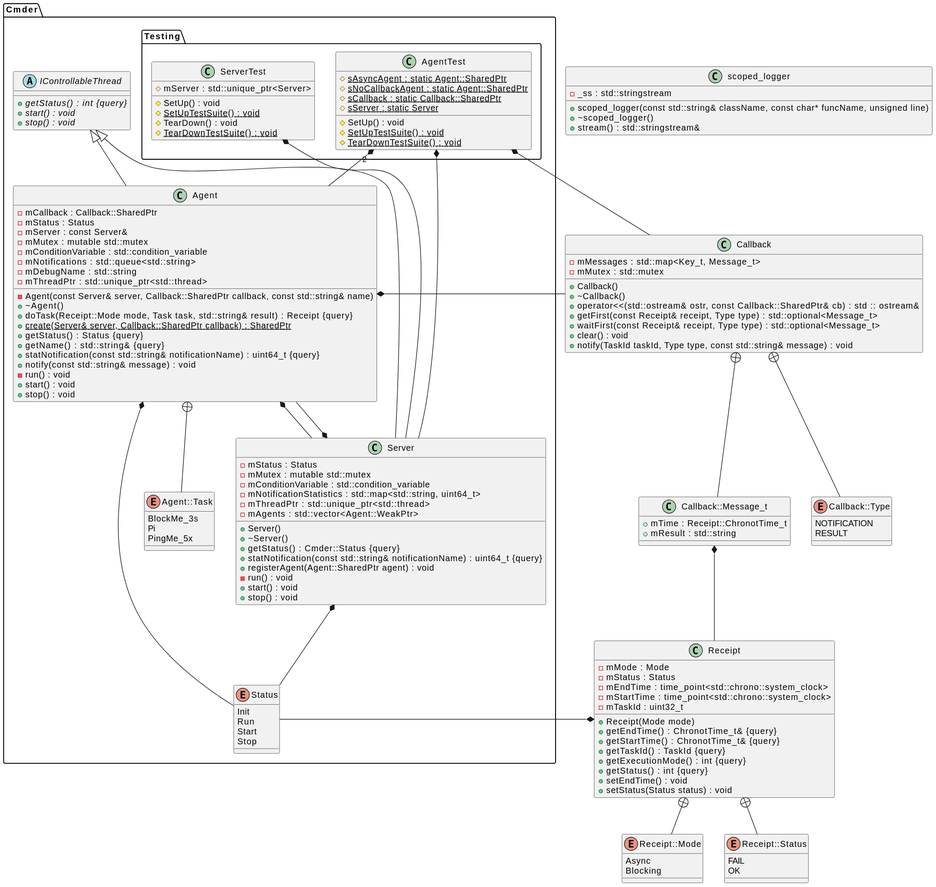
Before: diagrams/classdiagram.svg, a diagram exported from PlantUML (h6wk/Cmder).
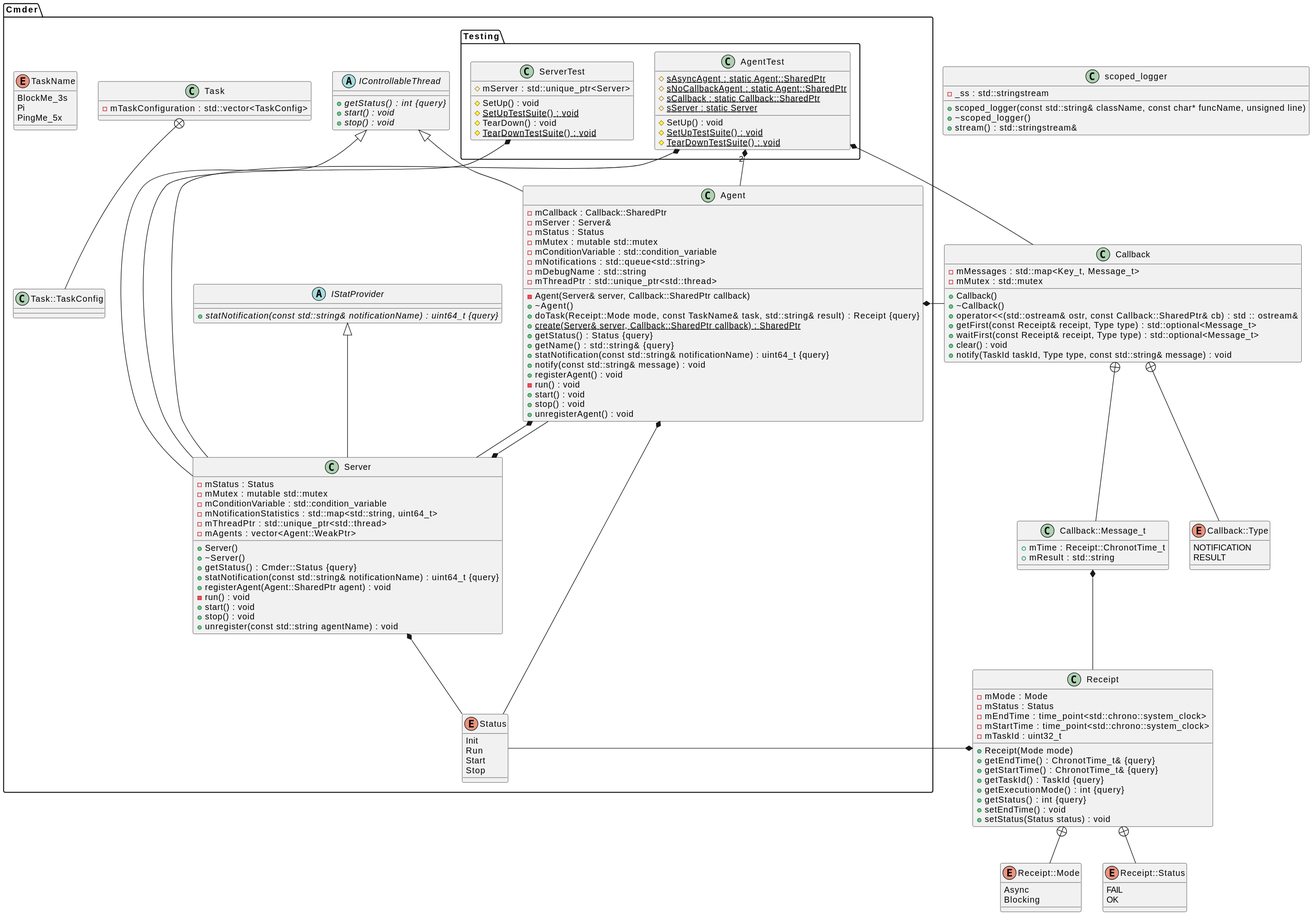
Above is the later version.

The edit, as a diff of the source:
```diff
@@ -69,14 +69,14 @@
 
 namespace Cmder {
     class Agent {
-        -Agent(const Server& server, Callback::SharedPtr callback, const std::string& name)
+        -Agent(Server& server, Callback::SharedPtr callback)
         +~Agent()
         -mCallback : Callback::SharedPtr
-        +doTask(Receipt::Mode mode, Task task, std::string& result) : Receipt {query}
+        +doTask(Receipt::Mode mode, const TaskName& task, std::string& result) : Receipt {query}
+        -mServer : Server&
         +{static} create(Server& server, Callback::SharedPtr callback) : SharedPtr
         +getStatus() : Status {query}
         -mStatus : Status
-        -mServer : const Server&
         -mMutex : mutable std::mutex
         -mConditionVariable : std::condition_variable
         -mNotifications : std::queue<std::string>
@@ -85,15 +85,21 @@
         -mThreadPtr : std::unique_ptr<std::thread>
         +statNotification(const std::string& notificationName) : uint64_t {query}
         +notify(const std::string& message) : void
+        +registerAgent() : void
         -run() : void
         +start() : void
         +stop() : void
+        +unregisterAgent() : void
     }
 
     abstract class IControllableThread {
         +{abstract} getStatus() : int {query}
         +{abstract} start() : void
         +{abstract} stop() : void
+    }
+
+    abstract class IStatProvider {
+        +{abstract} statNotification(const std::string& notificationName) : uint64_t {query}
     }
 
     class Server {
@@ -105,18 +111,17 @@
         -mConditionVariable : std::condition_variable
         -mNotificationStatistics : std::map<std::string, uint64_t>
         -mThreadPtr : std::unique_ptr<std::thread>
-        -mAgents : std::vector<Agent::WeakPtr>
         +statNotification(const std::string& notificationName) : uint64_t {query}
+        -mAgents : vector<Agent::WeakPtr>
         +registerAgent(Agent::SharedPtr agent) : void
         -run() : void
         +start() : void
         +stop() : void
+        +unregister(const std::string agentName) : void
     }
 
-    enum Agent::Task {
-        BlockMe_3s
-        Pi
-        PingMe_5x
+    class Task {
+        -mTaskConfiguration : std::vector<TaskConfig>
     }
 
     enum Status {
@@ -124,6 +129,15 @@
         Run
         Start
         Stop
+    }
+
+    enum TaskName {
+        BlockMe_3s
+        Pi
+        PingMe_5x
+    }
+
+    class Task::TaskConfig {
     }
 
     namespace Testing {
@@ -156,6 +170,9 @@
 
 
 Cmder.IControllableThread <|-- Cmder.Server
+
+
+Cmder.IStatProvider <|-- Cmder.Server
 
 
 
@@ -200,9 +217,6 @@
 
 
 
-Cmder.Agent +-- Cmder.Agent::Task
-
-
 .Callback +-- .Callback::Message_t
 
 
@@ -215,6 +229,9 @@
 .Receipt +-- .Receipt::Status
 
 
+Cmder.Task +-- Cmder.Task::TaskConfig
+
+
 
 
 @enduml
```
